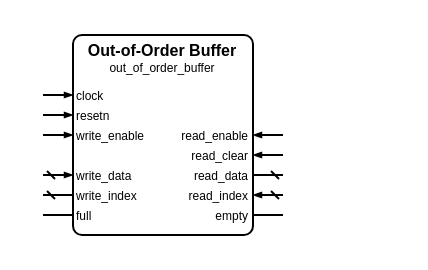
Louis-DR/OmniCores-BuildingBlocks keeps this draw.io diagram as sources/data/access_enable/out_of_order_buffer/out_of_order_buffer.symbol.drawio. Above is the earlier version. Source tidied: cells renumbered, new cells numbered last; positions are measured from the earlier drawing's top-left corner, leaving out a move shared by most shapes. Both pictures are drawn from the tidied source at 200%, with x=0, y=0 at pixel (42, 34).
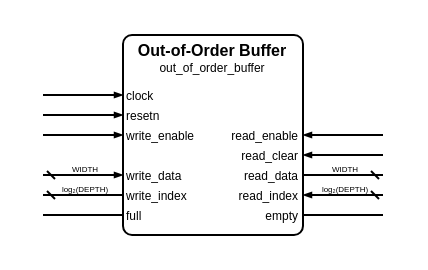
The same diagram, later.

What changed in the source:
```diff
@@
     <mxCell id="2" style="group;" parent="1" vertex="1">
-      <mxGeometry width="120" height="100" as="geometry" />
+      <mxGeometry width="170" height="100" as="geometry" />
     </mxCell>
     <mxCell id="3" style="rounded=1;arcSize=5;fillColor=none;strokeWidth=1;strokeColor=black;whiteSpace=wrap;html=1;" parent="2" vertex="1">
-      <mxGeometry x="15" width="90" height="100" as="geometry" />
+      <mxGeometry x="40" width="90" height="100" as="geometry" />
     </mxCell>
     <mxCell id="4" value="Out-of-Order Buffer" style="text;html=1;align=center;verticalAlign=middle;whiteSpace=wrap;rounded=0;fontSize=8;fontStyle=1;fontColor=black;" parent="2" vertex="1">
-      <mxGeometry x="15" y="7" width="90" as="geometry" />
+      <mxGeometry x="40" y="7" width="90" as="geometry" />
     </mxCell>
     <mxCell id="5" value="out_of_order_buffer" style="text;html=1;align=center;verticalAlign=middle;whiteSpace=wrap;rounded=0;fontSize=6;fontStyle=0;fontColor=black;" parent="2" vertex="1">
-      <mxGeometry x="15" y="16" width="90" as="geometry" />
+      <mxGeometry x="40" y="16" width="90" as="geometry" />
     </mxCell>
     <mxCell id="6" value="clock" style="text;html=1;align=left;verticalAlign=middle;whiteSpace=wrap;rounded=0;fontSize=6;fontStyle=0;fontColor=black;" parent="2" vertex="1">
-      <mxGeometry x="15" y="30" width="90" as="geometry" />
+      <mxGeometry x="40" y="30" width="90" as="geometry" />
     </mxCell>
     <mxCell id="7" style="html=1;rounded=1;strokeWidth=1;strokeColor=black;startFill=0;startSize=2;startArrow=none;endFill=1;endSize=2;endArrow=blockThin;sourcePerimeterSpacing=0;" parent="2" edge="1">
       <mxGeometry relative="1" as="geometry">
         <mxPoint y="30" as="sourcePoint" />
-        <mxPoint x="15" y="30" as="targetPoint" />
+        <mxPoint x="40" y="30" as="targetPoint" />
       </mxGeometry>
     </mxCell>
     <mxCell id="8" value="resetn" style="text;html=1;align=left;verticalAlign=middle;whiteSpace=wrap;rounded=0;fontSize=6;fontStyle=0;fontColor=black;" parent="2" vertex="1">
-      <mxGeometry x="15" y="40" width="90" as="geometry" />
+      <mxGeometry x="40" y="40" width="90" as="geometry" />
     </mxCell>
     <mxCell id="9" style="html=1;rounded=1;strokeWidth=1;strokeColor=black;startFill=0;startSize=2;startArrow=none;endFill=1;endSize=2;endArrow=blockThin;sourcePerimeterSpacing=0;" parent="2" edge="1">
       <mxGeometry relative="1" as="geometry">
         <mxPoint y="40" as="sourcePoint" />
-        <mxPoint x="15" y="40" as="targetPoint" />
+        <mxPoint x="40" y="40" as="targetPoint" />
       </mxGeometry>
     </mxCell>
     <mxCell id="10" value="write_enable" style="text;html=1;align=left;verticalAlign=middle;whiteSpace=wrap;rounded=0;fontSize=6;fontStyle=0;fontColor=black;" parent="2" vertex="1">
-      <mxGeometry x="15" y="50" width="90" as="geometry" />
+      <mxGeometry x="40" y="50" width="90" as="geometry" />
     </mxCell>
     <mxCell id="11" style="html=1;rounded=1;strokeWidth=1;strokeColor=black;startFill=0;startSize=2;startArrow=none;endFill=1;endSize=2;endArrow=blockThin;sourcePerimeterSpacing=0;" parent="2" edge="1">
       <mxGeometry relative="1" as="geometry">
         <mxPoint y="50" as="sourcePoint" />
-        <mxPoint x="15" y="50" as="targetPoint" />
+        <mxPoint x="40" y="50" as="targetPoint" />
       </mxGeometry>
     </mxCell>
     <mxCell id="12" value="read_enable" style="text;html=1;align=right;verticalAlign=middle;whiteSpace=wrap;rounded=0;fontSize=6;fontStyle=0;fontColor=black;" parent="2" vertex="1">
-      <mxGeometry x="15" y="50" width="90" as="geometry" />
+      <mxGeometry x="40" y="50" width="90" as="geometry" />
     </mxCell>
     <mxCell id="13" style="html=1;rounded=1;strokeWidth=1;strokeColor=black;startFill=0;startSize=2;startArrow=none;endFill=1;endSize=2;endArrow=blockThin;sourcePerimeterSpacing=0;" parent="2" edge="1">
       <mxGeometry relative="1" as="geometry">
-        <mxPoint x="120" y="50" as="sourcePoint" />
-        <mxPoint x="105" y="50" as="targetPoint" />
+        <mxPoint x="170" y="50" as="sourcePoint" />
+        <mxPoint x="130" y="50" as="targetPoint" />
       </mxGeometry>
     </mxCell>
     <mxCell id="14" value="read_clear" style="text;html=1;align=right;verticalAlign=middle;whiteSpace=wrap;rounded=0;fontSize=6;fontStyle=0;fontColor=black;" parent="2" vertex="1">
-      <mxGeometry x="15" y="60" width="90" as="geometry" />
+      <mxGeometry x="40" y="60" width="90" as="geometry" />
     </mxCell>
     <mxCell id="15" style="html=1;rounded=1;strokeWidth=1;strokeColor=black;startFill=0;startSize=2;startArrow=none;endFill=1;endSize=2;endArrow=blockThin;sourcePerimeterSpacing=0;" parent="2" edge="1">
       <mxGeometry relative="1" as="geometry">
-        <mxPoint x="120" y="60" as="sourcePoint" />
-        <mxPoint x="105" y="60" as="targetPoint" />
+        <mxPoint x="170" y="60" as="sourcePoint" />
+        <mxPoint x="130" y="60" as="targetPoint" />
       </mxGeometry>
     </mxCell>
     <mxCell id="16" value="write_data" style="text;html=1;align=left;verticalAlign=middle;whiteSpace=wrap;rounded=0;fontSize=6;fontStyle=0;fontColor=black;" parent="2" vertex="1">
-      <mxGeometry x="15" y="70" width="90" as="geometry" />
+      <mxGeometry x="40" y="70" width="90" as="geometry" />
     </mxCell>
     <mxCell id="17" style="html=1;rounded=1;strokeWidth=1;strokeColor=black;startFill=0;startSize=2;startArrow=dash;endFill=1;endSize=2;endArrow=blockThin;sourcePerimeterSpacing=0;" parent="2" edge="1">
       <mxGeometry relative="1" as="geometry">
         <mxPoint y="70" as="sourcePoint" />
-        <mxPoint x="15" y="70" as="targetPoint" />
+        <mxPoint x="40" y="70" as="targetPoint" />
       </mxGeometry>
     </mxCell>
+    <mxCell id="28" value="WIDTH" style="text;html=1;align=center;verticalAlign=middle;whiteSpace=nowrap;rounded=0;fontSize=4;fontStyle=0;fontColor=black;" parent="2" vertex="1">
+      <mxGeometry x="20" y="67" as="geometry" />
+    </mxCell>
     <mxCell id="18" value="read_data" style="text;html=1;align=right;verticalAlign=middle;whiteSpace=wrap;rounded=0;fontSize=6;fontStyle=0;fontColor=black;" parent="2" vertex="1">
-      <mxGeometry x="15" y="70" width="90" as="geometry" />
+      <mxGeometry x="40" y="70" width="90" as="geometry" />
     </mxCell>
     <mxCell id="19" style="html=1;rounded=1;strokeWidth=1;strokeColor=black;startFill=0;startSize=2;startArrow=dash;endFill=1;endSize=2;endArrow=none;sourcePerimeterSpacing=0;" parent="2" edge="1">
       <mxGeometry relative="1" as="geometry">
-        <mxPoint x="120" y="70" as="sourcePoint" />
-        <mxPoint x="105" y="70" as="targetPoint" />
+        <mxPoint x="170" y="70" as="sourcePoint" />
+        <mxPoint x="130" y="70" as="targetPoint" />
       </mxGeometry>
     </mxCell>
+    <mxCell id="29" value="WIDTH" style="text;html=1;align=center;verticalAlign=middle;whiteSpace=nowrap;rounded=0;fontSize=4;fontStyle=0;fontColor=black;" parent="2" vertex="1">
+      <mxGeometry x="150" y="67" as="geometry" />
+    </mxCell>
     <mxCell id="20" value="write_index" style="text;html=1;align=left;verticalAlign=middle;whiteSpace=wrap;rounded=0;fontSize=6;fontStyle=0;fontColor=black;" parent="2" vertex="1">
-      <mxGeometry x="15" y="80" width="90" as="geometry" />
+      <mxGeometry x="40" y="80" width="90" as="geometry" />
     </mxCell>
     <mxCell id="21" style="html=1;rounded=1;strokeWidth=1;strokeColor=black;startFill=0;startSize=2;startArrow=dash;endFill=1;endSize=2;endArrow=none;sourcePerimeterSpacing=0;" parent="2" edge="1">
       <mxGeometry relative="1" as="geometry">
         <mxPoint y="80" as="sourcePoint" />
-        <mxPoint x="15" y="80" as="targetPoint" />
+        <mxPoint x="40" y="80" as="targetPoint" />
       </mxGeometry>
     </mxCell>
+    <mxCell id="30" value="log₂(DEPTH)" style="text;html=1;align=center;verticalAlign=middle;whiteSpace=nowrap;rounded=0;fontSize=4;fontStyle=0;fontColor=black;" parent="2" vertex="1">
+      <mxGeometry x="20" y="77" as="geometry" />
+    </mxCell>
     <mxCell id="22" value="read_index" style="text;html=1;align=right;verticalAlign=middle;whiteSpace=wrap;rounded=0;fontSize=6;fontStyle=0;fontColor=black;" parent="2" vertex="1">
-      <mxGeometry x="15" y="80" width="90" as="geometry" />
+      <mxGeometry x="40" y="80" width="90" as="geometry" />
     </mxCell>
     <mxCell id="23" style="html=1;rounded=1;strokeWidth=1;strokeColor=black;startFill=0;startSize=2;startArrow=dash;endFill=1;endSize=2;endArrow=blockThin;sourcePerimeterSpacing=0;" parent="2" edge="1">
       <mxGeometry relative="1" as="geometry">
-        <mxPoint x="120" y="80" as="sourcePoint" />
-        <mxPoint x="105" y="80" as="targetPoint" />
+        <mxPoint x="170" y="80" as="sourcePoint" />
+        <mxPoint x="130" y="80" as="targetPoint" />
       </mxGeometry>
     </mxCell>
+    <mxCell id="31" value="log₂(DEPTH)" style="text;html=1;align=center;verticalAlign=middle;whiteSpace=nowrap;rounded=0;fontSize=4;fontStyle=0;fontColor=black;" parent="2" vertex="1">
+      <mxGeometry x="150" y="77" as="geometry" />
+    </mxCell>
     <mxCell id="24" value="full" style="text;html=1;align=left;verticalAlign=middle;whiteSpace=wrap;rounded=0;fontSize=6;fontStyle=0;fontColor=black;" parent="2" vertex="1">
-      <mxGeometry x="15" y="90" width="90" as="geometry" />
+      <mxGeometry x="40" y="90" width="90" as="geometry" />
     </mxCell>
     <mxCell id="25" style="html=1;rounded=1;strokeWidth=1;strokeColor=black;startFill=0;startSize=2;startArrow=none;endFill=1;endSize=2;endArrow=none;sourcePerimeterSpacing=0;" parent="2" edge="1">
       <mxGeometry relative="1" as="geometry">
         <mxPoint y="90" as="sourcePoint" />
-        <mxPoint x="15" y="90" as="targetPoint" />
+        <mxPoint x="40" y="90" as="targetPoint" />
       </mxGeometry>
     </mxCell>
     <mxCell id="26" value="empty" style="text;html=1;align=right;verticalAlign=middle;whiteSpace=wrap;rounded=0;fontSize=6;fontStyle=0;fontColor=black;" parent="2" vertex="1">
-      <mxGeometry x="15" y="90" width="90" as="geometry" />
+      <mxGeometry x="40" y="90" width="90" as="geometry" />
     </mxCell>
     <mxCell id="27" style="html=1;rounded=1;strokeWidth=1;strokeColor=black;startFill=0;startSize=2;startArrow=none;endFill=1;endSize=2;endArrow=none;sourcePerimeterSpacing=0;" parent="2" edge="1">
       <mxGeometry relative="1" as="geometry">
-        <mxPoint x="120" y="90" as="sourcePoint" />
-        <mxPoint x="105" y="90" as="targetPoint" />
+        <mxPoint x="170" y="90" as="sourcePoint" />
+        <mxPoint x="130" y="90" as="targetPoint" />
       </mxGeometry>
     </mxCell>
```
